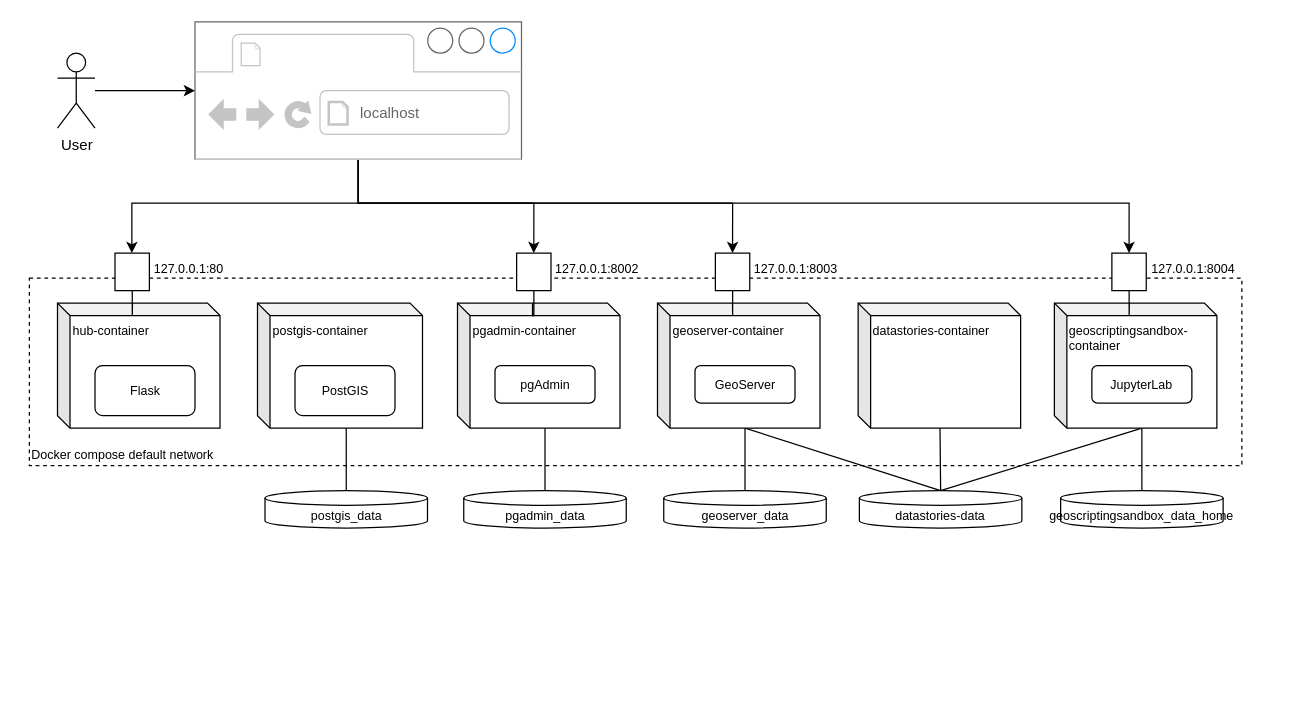
Before: thesis/img/composeSetup.drawio in folinimarc/os_gis_sandbox, a draw.io diagram. Source tidied: cells renumbered, new cells numbered last; positions are measured from the earlier drawing's top-left corner, leaving out a move shared by most shapes. Both pictures are drawn from the tidied source at 125%, with x=0, y=0 at pixel (29, 21).
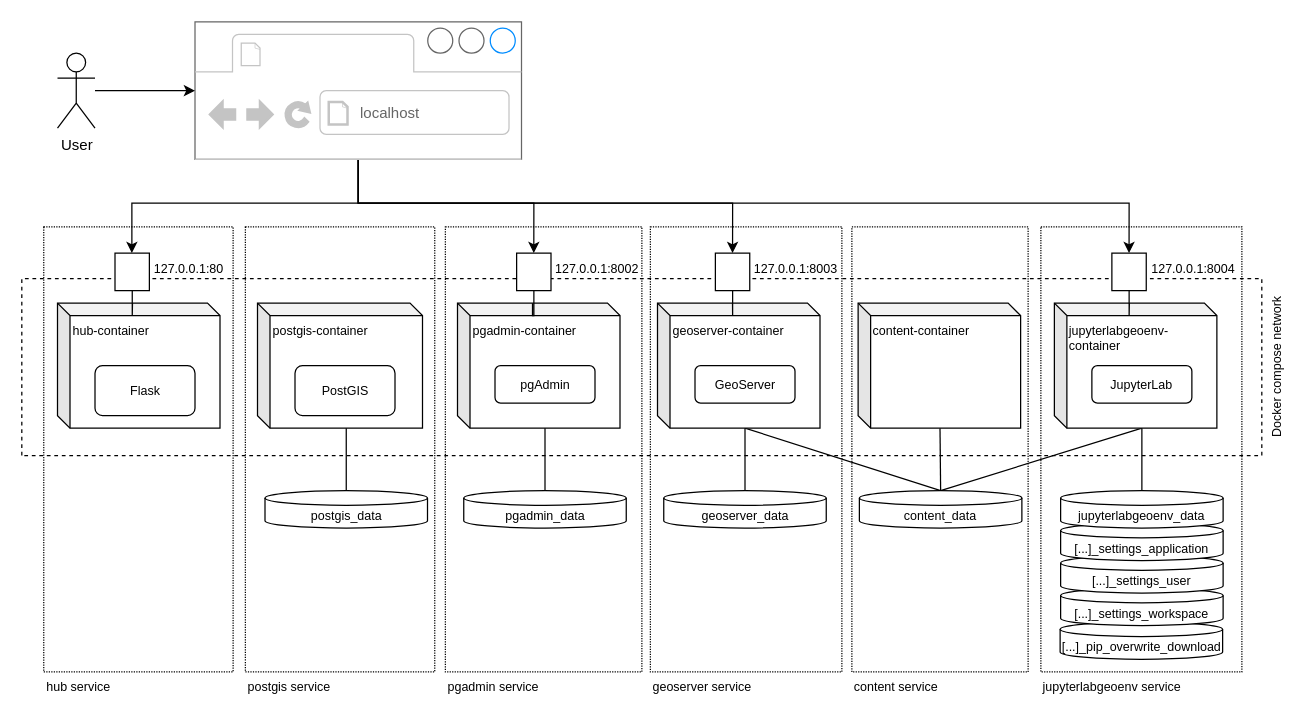
The same page after the edit.

What changed in the source:
```diff
@@
-    <mxCell id="2" value="Docker compose default network" style="rounded=0;whiteSpace=wrap;html=1;fontSize=10;fillColor=none;dashed=1;align=left;verticalAlign=bottom;" parent="1" vertex="1">
-      <mxGeometry y="205" width="970" height="150" as="geometry" />
-    </mxCell>
+    <mxCell id="42" value="jupyterlabgeoenv service" style="rounded=0;whiteSpace=wrap;html=1;fontSize=10;fillColor=none;align=left;verticalAlign=top;labelPosition=center;verticalLabelPosition=bottom;dashed=1;dashPattern=1 1;" parent="1" vertex="1">
+      <mxGeometry x="809.2" y="164" width="160.8" height="356" as="geometry" />
+    </mxCell>
+    <mxCell id="43" value="&lt;div style=&quot;text-align: left&quot;&gt;[...]_pip_overwrite_download&lt;br&gt;&lt;/div&gt;" style="shape=cylinder3;whiteSpace=wrap;html=1;boundedLbl=1;backgroundOutline=1;size=5.88232421875;fontSize=10;" parent="1" vertex="1">
+      <mxGeometry x="824.6" y="480" width="130" height="30" as="geometry" />
+    </mxCell>
+    <mxCell id="44" value="content service" style="rounded=0;whiteSpace=wrap;html=1;fontSize=10;fillColor=none;align=left;verticalAlign=top;labelPosition=center;verticalLabelPosition=bottom;dashed=1;dashPattern=1 1;" parent="1" vertex="1">
+      <mxGeometry x="658" y="164" width="141" height="356" as="geometry" />
+    </mxCell>
+    <mxCell id="45" value="geoserver service" style="rounded=0;whiteSpace=wrap;html=1;fontSize=10;fillColor=none;align=left;verticalAlign=top;labelPosition=center;verticalLabelPosition=bottom;dashed=1;dashPattern=1 1;" parent="1" vertex="1">
+      <mxGeometry x="496.8" y="164" width="153.2" height="356" as="geometry" />
+    </mxCell>
+    <mxCell id="46" value="pgadmin service" style="rounded=0;whiteSpace=wrap;html=1;fontSize=10;fillColor=none;align=left;verticalAlign=top;labelPosition=center;verticalLabelPosition=bottom;dashed=1;dashPattern=1 1;" parent="1" vertex="1">
+      <mxGeometry x="332.8" y="164" width="157.2" height="356" as="geometry" />
+    </mxCell>
+    <mxCell id="47" value="postgis service" style="rounded=0;whiteSpace=wrap;html=1;fontSize=10;fillColor=none;align=left;verticalAlign=top;labelPosition=center;verticalLabelPosition=bottom;dashed=1;dashPattern=1 1;" parent="1" vertex="1">
+      <mxGeometry x="172.8" y="164" width="151.5" height="356" as="geometry" />
+    </mxCell>
+    <mxCell id="48" value="Docker compose network" style="rounded=0;whiteSpace=wrap;html=1;fontSize=10;fillColor=none;align=center;verticalAlign=top;labelPosition=center;verticalLabelPosition=bottom;horizontal=1;rotation=-90;dashed=1;" parent="1" vertex="1">
+      <mxGeometry x="419.2" y="-219.8" width="141.5" height="992" as="geometry" />
+    </mxCell>
@@
-    <mxCell id="11" value="geoscriptingsandbox-container" style="shape=cube;whiteSpace=wrap;boundedLbl=1;backgroundOutline=1;darkOpacity=0.05;darkOpacity2=0.1;size=10;align=left;html=1;verticalAlign=top;fontSize=10;" parent="1" vertex="1">
+    <mxCell id="11" value="jupyterlabgeoenv-container" style="shape=cube;whiteSpace=wrap;boundedLbl=1;backgroundOutline=1;darkOpacity=0.05;darkOpacity2=0.1;size=10;align=left;html=1;verticalAlign=top;fontSize=10;" parent="1" vertex="1">
       <mxGeometry x="820" y="225" width="130" height="100" as="geometry" />
     </mxCell>
@@
-    <mxCell id="16" value="geoscriptingsandbox_data_home" style="shape=cylinder3;whiteSpace=wrap;html=1;boundedLbl=1;backgroundOutline=1;size=5.88232421875;fontSize=10;" parent="1" vertex="1">
-      <mxGeometry x="825" y="375" width="130" height="30" as="geometry" />
-    </mxCell>
@@
-    <mxCell id="40" value="datastories-container" style="shape=cube;whiteSpace=wrap;boundedLbl=1;backgroundOutline=1;darkOpacity=0.05;darkOpacity2=0.1;size=10;align=left;html=1;verticalAlign=top;fontSize=10;" parent="1" vertex="1">
+    <mxCell id="40" value="content-container" style="shape=cube;whiteSpace=wrap;boundedLbl=1;backgroundOutline=1;darkOpacity=0.05;darkOpacity2=0.1;size=10;align=left;html=1;verticalAlign=top;fontSize=10;" parent="1" vertex="1">
       <mxGeometry x="663" y="225" width="130" height="100" as="geometry" />
     </mxCell>
-    <mxCell id="41" value="datastories-data" style="shape=cylinder3;whiteSpace=wrap;html=1;boundedLbl=1;backgroundOutline=1;size=5.88232421875;fontSize=10;" parent="1" vertex="1">
+    <mxCell id="41" value="content_data" style="shape=cylinder3;whiteSpace=wrap;html=1;boundedLbl=1;backgroundOutline=1;size=5.88232421875;fontSize=10;" parent="1" vertex="1">
       <mxGeometry x="664" y="375" width="130" height="30" as="geometry" />
     </mxCell>
+    <mxCell id="49" value="hub service" style="rounded=0;whiteSpace=wrap;html=1;fontSize=10;fillColor=none;align=left;verticalAlign=top;labelPosition=center;verticalLabelPosition=bottom;dashed=1;dashPattern=1 1;" parent="1" vertex="1">
+      <mxGeometry x="11.5" y="164" width="151.5" height="356" as="geometry" />
+    </mxCell>
+    <mxCell id="50" value="&lt;div style=&quot;text-align: left&quot;&gt;&lt;span&gt;[...]_settings_workspace&lt;/span&gt;&lt;/div&gt;" style="shape=cylinder3;whiteSpace=wrap;html=1;boundedLbl=1;backgroundOutline=1;size=5.88232421875;fontSize=10;" parent="1" vertex="1">
+      <mxGeometry x="825" y="453" width="130" height="30" as="geometry" />
+    </mxCell>
+    <mxCell id="51" value="&lt;div style=&quot;text-align: left&quot;&gt;&lt;span&gt;[...]_settings_user&lt;/span&gt;&lt;/div&gt;" style="shape=cylinder3;whiteSpace=wrap;html=1;boundedLbl=1;backgroundOutline=1;size=5.88232421875;fontSize=10;" parent="1" vertex="1">
+      <mxGeometry x="825" y="427" width="130" height="30" as="geometry" />
+    </mxCell>
+    <mxCell id="52" value="[...]_settings_application" style="shape=cylinder3;whiteSpace=wrap;html=1;boundedLbl=1;backgroundOutline=1;size=5.88232421875;fontSize=10;" parent="1" vertex="1">
+      <mxGeometry x="825" y="401" width="130" height="30" as="geometry" />
+    </mxCell>
+    <mxCell id="16" value="&lt;span style=&quot;text-align: left&quot;&gt;jupyterlabgeoenv_&lt;/span&gt;data" style="shape=cylinder3;whiteSpace=wrap;html=1;boundedLbl=1;backgroundOutline=1;size=5.88232421875;fontSize=10;" parent="1" vertex="1">
+      <mxGeometry x="825" y="375" width="130" height="30" as="geometry" />
+    </mxCell>
```
